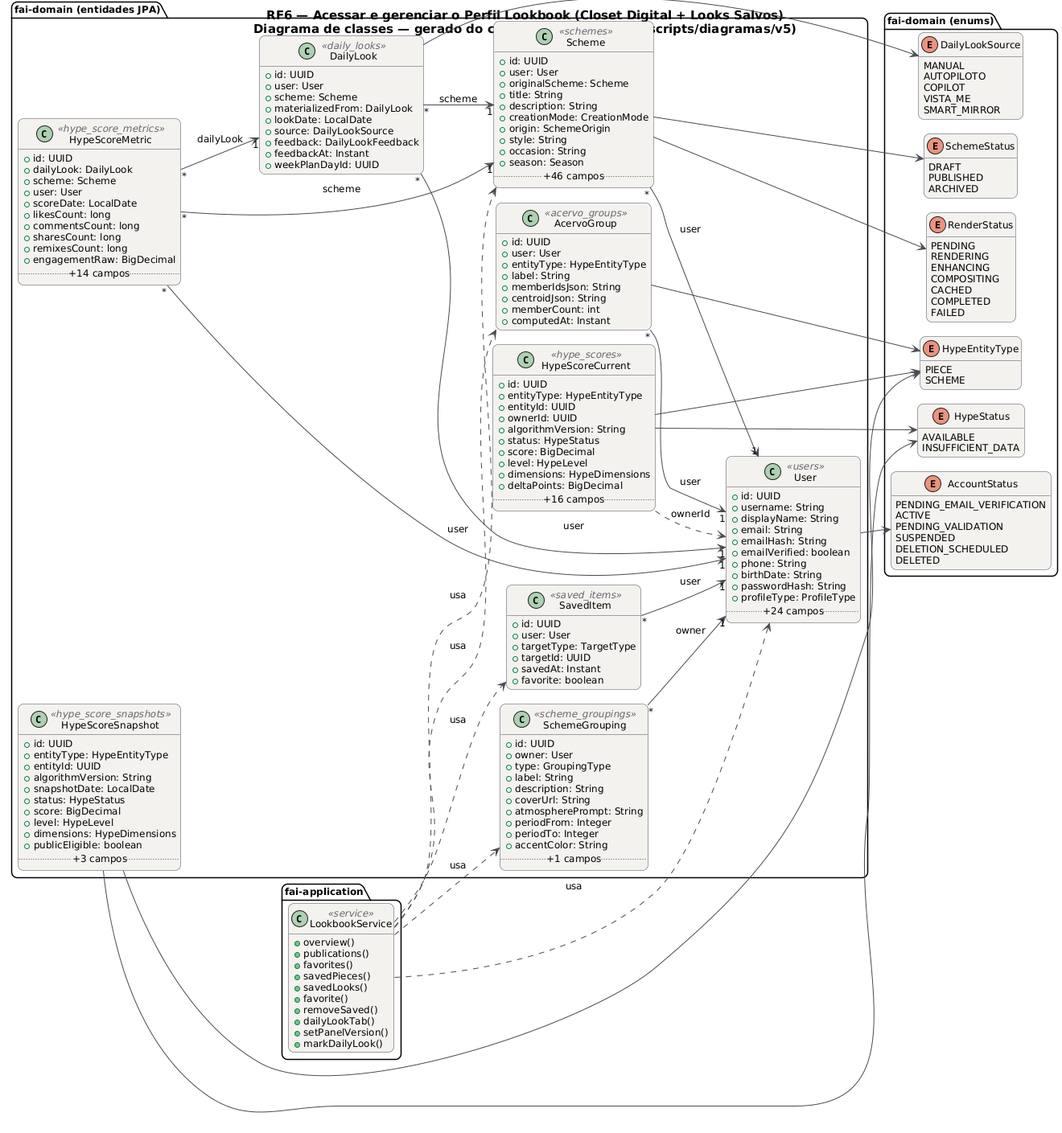
This is docs/diagramas/RF6/RF6_Classes.png from MatheusHaliski/tcc-2026-fashion-ai-backend, a PlantUML export, as it was before one commit.
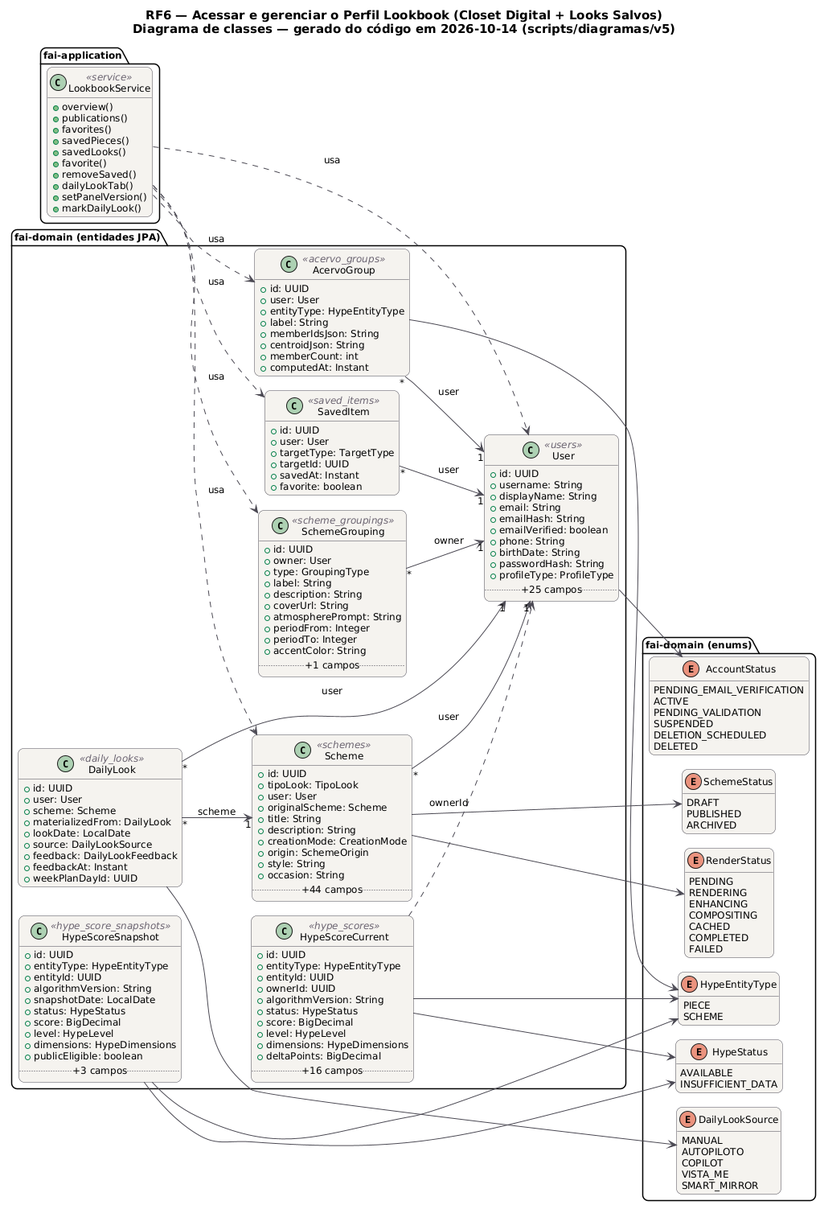
The same diagram one commit later.

The edit, as a diff of the source:
```diff
@@ -20,7 +20,7 @@
 }
 hide empty members
 left to right direction
-title RF6 — Acessar e gerenciar o Perfil Lookbook (Closet Digital + Looks Salvos)\nDiagrama de classes — gerado do código em 2026-10-06 (scripts/diagramas/v5)
+title RF6 — Acessar e gerenciar o Perfil Lookbook (Closet Digital + Looks Salvos)\nDiagrama de classes — gerado do código em 2026-10-14 (scripts/diagramas/v5)
 
 package "fai-domain (entidades JPA)" {
   class AcervoGroup <<acervo_groups>> {
@@ -57,19 +57,6 @@
     +deltaPoints: BigDecimal
     .. +16 campos ..
   }
-  class HypeScoreMetric <<hype_score_metrics>> {
-    +id: UUID
-    +dailyLook: DailyLook
-    +scheme: Scheme
-    +user: User
-    +scoreDate: LocalDate
-    +likesCount: long
-    +commentsCount: long
-    +sharesCount: long
-    +remixesCount: long
-    +engagementRaw: BigDecimal
-    .. +14 campos ..
-  }
   class HypeScoreSnapshot <<hype_score_snapshots>> {
     +id: UUID
     +entityType: HypeEntityType
@@ -93,6 +80,7 @@
   }
   class Scheme <<schemes>> {
     +id: UUID
+    +tipoLook: TipoLook
     +user: User
     +originalScheme: Scheme
     +title: String
@@ -101,8 +89,7 @@
     +origin: SchemeOrigin
     +style: String
     +occasion: String
-    +season: Season
-    .. +46 campos ..
+    .. +44 campos ..
   }
   class SchemeGrouping <<scheme_groupings>> {
     +id: UUID
@@ -128,7 +115,7 @@
     +birthDate: String
     +passwordHash: String
     +profileType: ProfileType
-    .. +24 campos ..
+    .. +25 campos ..
   }
 }
 package "fai-domain (enums)" {
@@ -197,9 +184,6 @@
 HypeScoreCurrent --> HypeEntityType
 HypeScoreCurrent --> HypeStatus
 HypeScoreCurrent ..> User : ownerId
-HypeScoreMetric "*" --> "1" DailyLook : dailyLook
-HypeScoreMetric "*" --> "1" Scheme : scheme
-HypeScoreMetric "*" --> "1" User : user
 HypeScoreSnapshot --> HypeEntityType
 HypeScoreSnapshot --> HypeStatus
 SavedItem "*" --> "1" User : user
```
